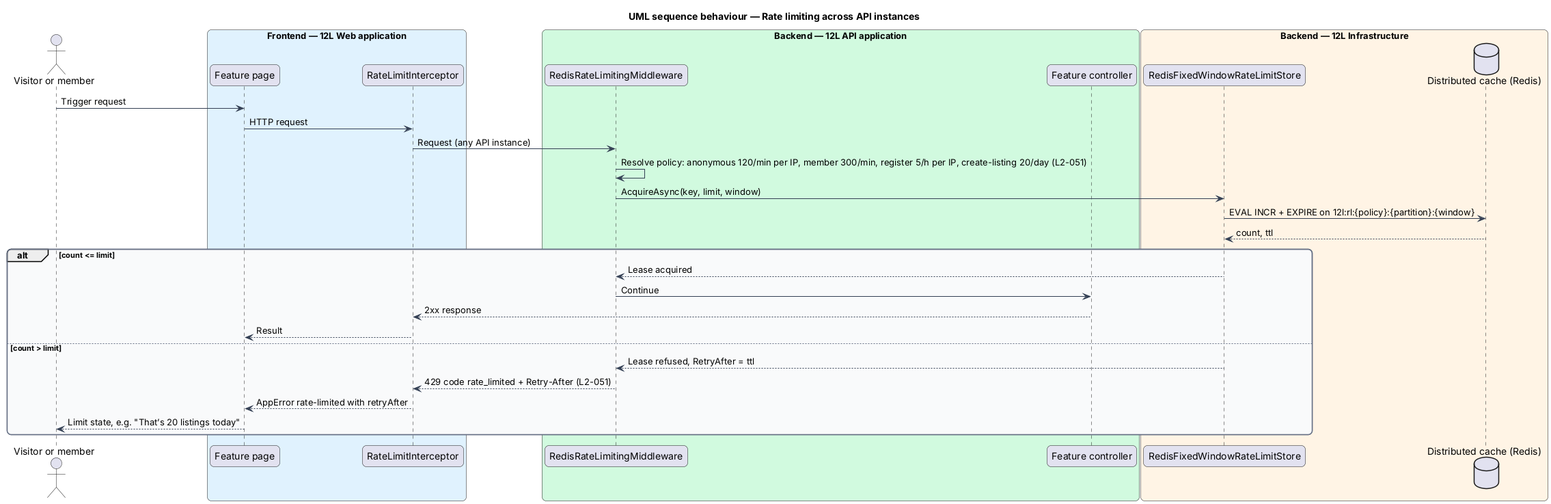
The PlantUML diagram docs/detailed-designs/platform/harden-http-and-api/diagrams/sequence-rate-limit.png in QuinntyneBrown/12l, before a commit.
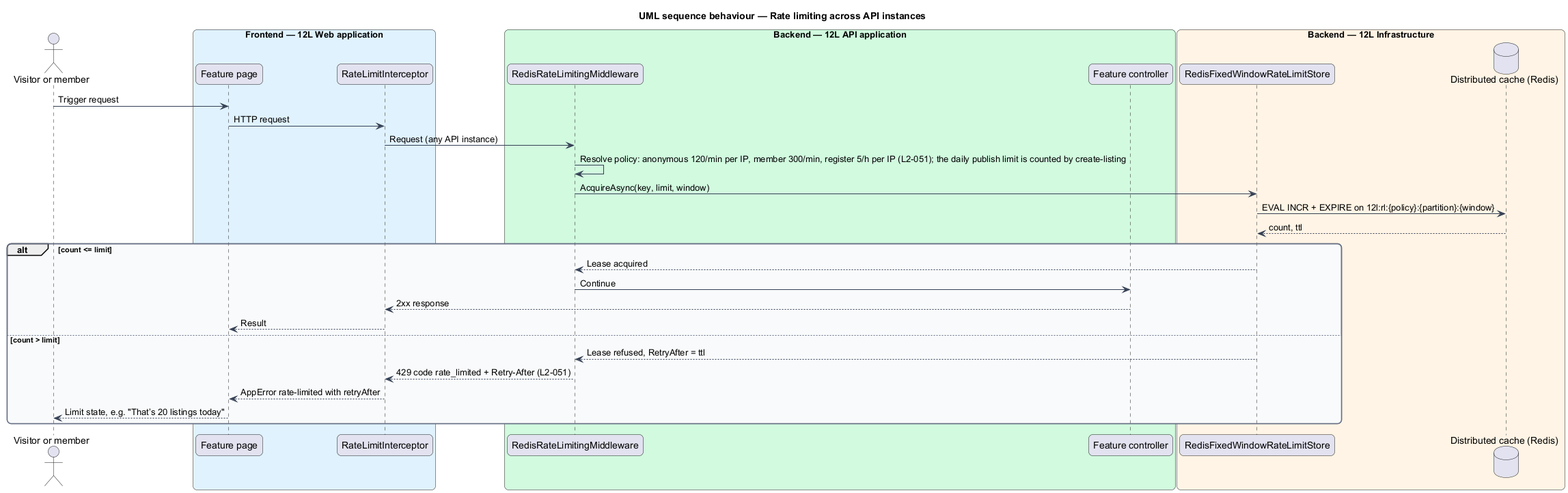
The same file after the commit.

Change to the diagram source:
```diff
@@ -30,7 +30,7 @@
 actor -> page : Trigger request
 page -> rli : HTTP request
 rli -> mw : Request (any API instance)
-mw -> mw : Resolve policy: anonymous 120/min per IP, member 300/min, register 5/h per IP, create-listing 20/day (L2-051)
+mw -> mw : Resolve policy: anonymous 120/min per IP, member 300/min, register 5/h per IP (L2-051); the daily publish limit is counted by create-listing
 mw -> store : AcquireAsync(key, limit, window)
 store -> redis : EVAL INCR + EXPIRE on 12l:rl:{policy}:{partition}:{window}
 redis --> store : count, ttl
```
